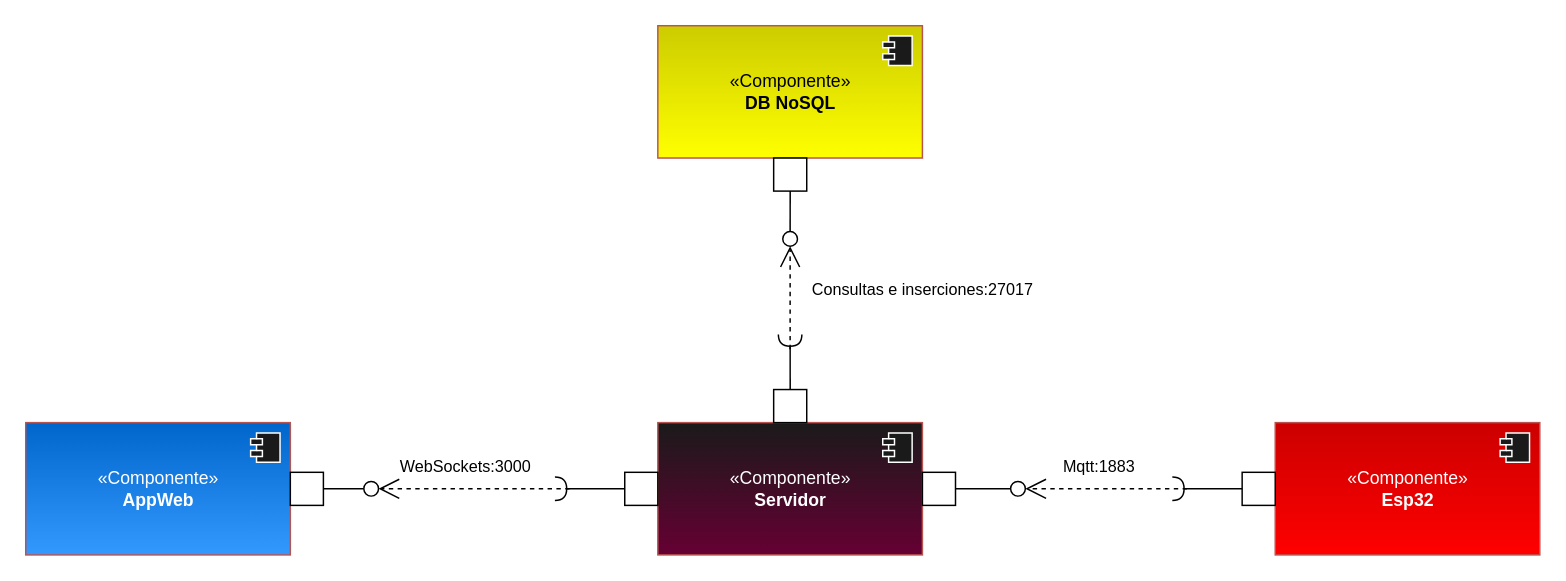
Before: componentes.drawio in Wicho90/Diagramas, a draw.io diagram. Source tidied: cells renumbered, new cells numbered last; positions are measured from the earlier drawing's top-left corner, leaving out a move shared by most shapes. Both pictures are drawn from the tidied source at 147%, with x=0, y=0 at pixel (25, 25).
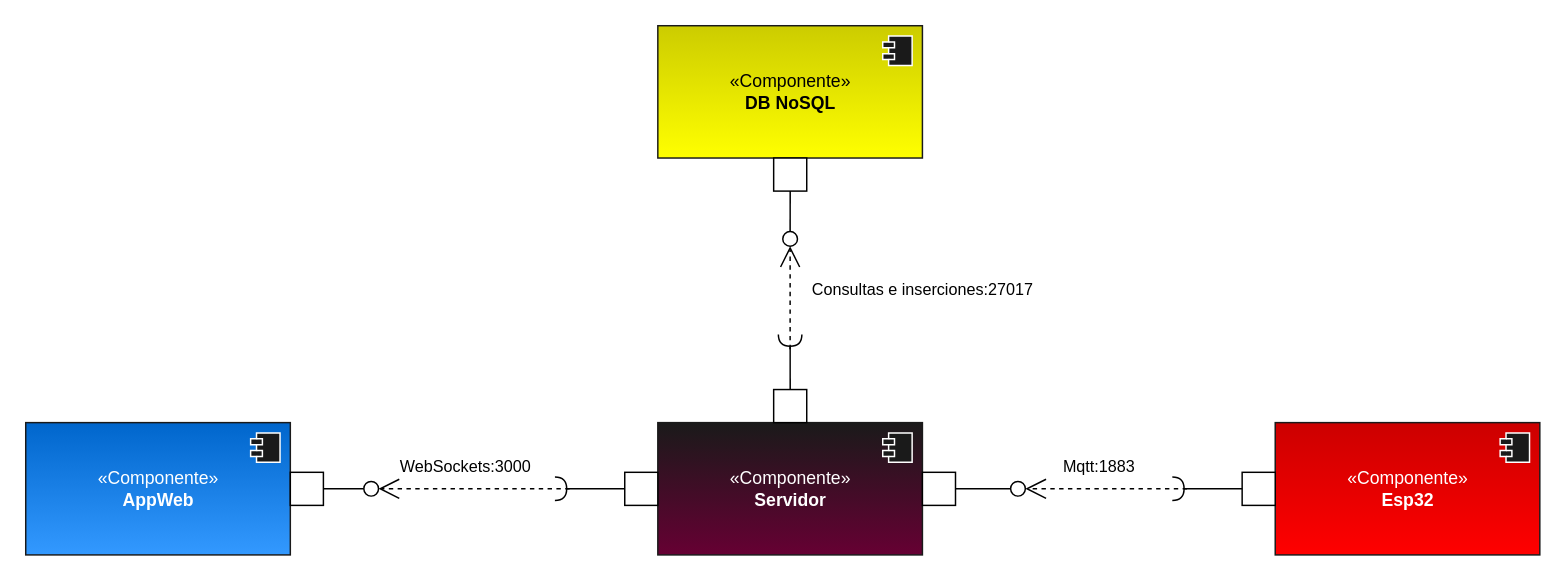
Above is the later version.

Change to the diagram source:
```diff
@@
-    <mxCell id="2" value="«Componente»&lt;br&gt;&lt;b&gt;Servidor&lt;/b&gt;" style="html=1;fillColor=#660033;gradientColor=#1A1A1A;strokeColor=#b85450;gradientDirection=north;fontColor=#FFFFFF;" parent="1" vertex="1">
+    <mxCell id="2" value="«Componente»&lt;br&gt;&lt;b&gt;Servidor&lt;/b&gt;" style="html=1;fillColor=#660033;gradientColor=#1A1A1A;strokeColor=#1A1A1A;gradientDirection=north;fontColor=#FFFFFF;" parent="1" vertex="1">
       <mxGeometry x="430" y="270" width="180" height="90" as="geometry" />
     </mxCell>
@@
-    <mxCell id="4" value="«Componente»&lt;br&gt;&lt;b&gt;AppWeb&lt;/b&gt;" style="html=1;fillColor=#0066CC;gradientColor=#3399FF;strokeColor=#b85450;gradientDirection=south;fontColor=#FFFFFF;" parent="1" vertex="1">
+    <mxCell id="4" value="«Componente»&lt;br&gt;&lt;b&gt;AppWeb&lt;/b&gt;" style="html=1;fillColor=#0066CC;gradientColor=#3399FF;strokeColor=#1A1A1A;gradientDirection=south;fontColor=#FFFFFF;" parent="1" vertex="1">
       <mxGeometry y="270" width="180" height="90" as="geometry" />
     </mxCell>
@@
-    <mxCell id="6" value="«Componente»&lt;br&gt;&lt;b&gt;DB NoSQL&lt;/b&gt;" style="html=1;fillColor=#CCCC00;gradientColor=#FFFF00;strokeColor=#b85450;gradientDirection=south;fontColor=#000000;" parent="1" vertex="1">
+    <mxCell id="6" value="«Componente»&lt;br&gt;&lt;b&gt;DB NoSQL&lt;/b&gt;" style="html=1;fillColor=#CCCC00;gradientColor=#FFFF00;strokeColor=#1A1A1A;gradientDirection=south;fontColor=#000000;" parent="1" vertex="1">
       <mxGeometry x="430" width="180" height="90" as="geometry" />
     </mxCell>
@@
-    <mxCell id="8" value="«Componente»&lt;br&gt;&lt;b&gt;Esp32&lt;/b&gt;" style="html=1;fillColor=#CC0000;gradientColor=#FF0000;strokeColor=#b85450;gradientDirection=south;fontColor=#FFFFFF;" parent="1" vertex="1">
+    <mxCell id="8" value="«Componente»&lt;br&gt;&lt;b&gt;Esp32&lt;/b&gt;" style="html=1;fillColor=#CC0000;gradientColor=#FF0000;strokeColor=#1A1A1A;gradientDirection=south;fontColor=#FFFFFF;" parent="1" vertex="1">
       <mxGeometry x="850" y="270" width="180" height="90" as="geometry" />
     </mxCell>
```
